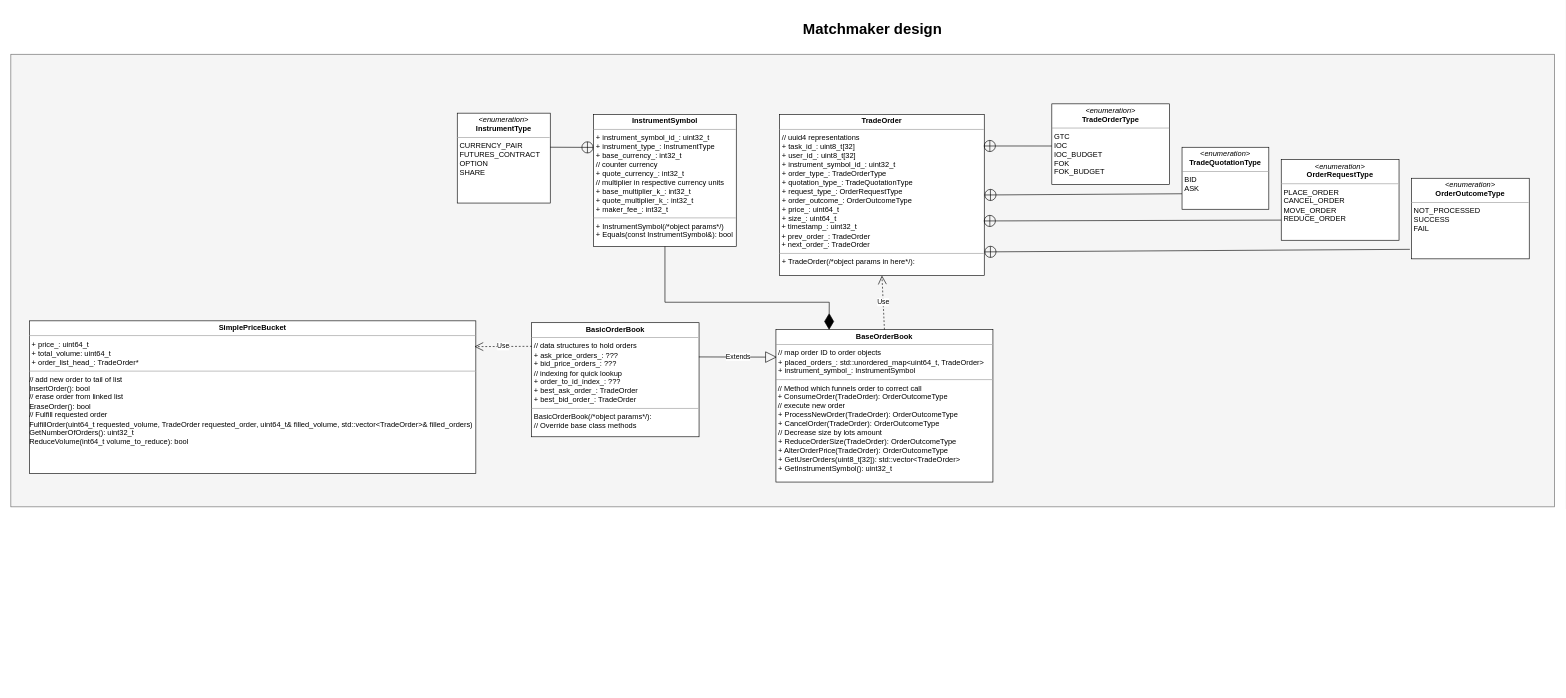
Above: architecture/matchmaker/matchmaker_design.drawio in kevm314/cpp-exchange (draw.io), before the change. Source tidied: cells renumbered, new cells numbered last; positions are measured from the earlier drawing's top-left corner, leaving out a move shared by most shapes. Both pictures are drawn from the tidied source at 62%, with x=0, y=0 at pixel (11, 17).
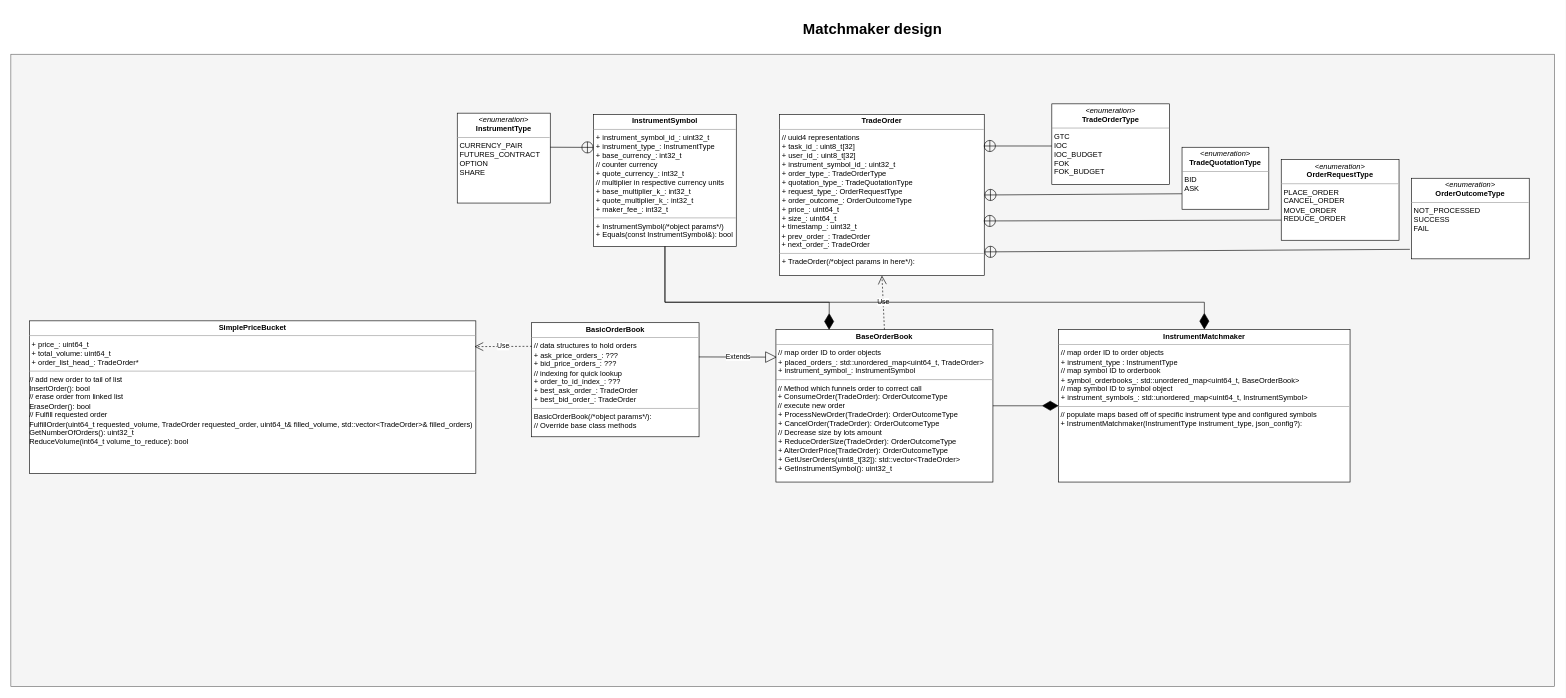
The same page after the edit.

Unchanged cells that the change refers to:
```xml
<mxCell id="12" value="&lt;p style=&quot;margin:0px;margin-top:4px;text-align:center;&quot;&gt;&lt;b&gt;BaseOrderBook&lt;/b&gt;&lt;/p&gt;&lt;hr size=&quot;1&quot;&gt;&lt;p style=&quot;border-color: var(--border-color); margin: 0px 0px 0px 4px;&quot;&gt;// map order ID to order objects&lt;/p&gt;&lt;p style=&quot;border-color: var(--border-color); margin: 0px 0px 0px 4px;&quot;&gt;&lt;span style=&quot;background-color: initial;&quot;&gt;+ placed_orders_: std::unordered_map&amp;lt;uint64_t, TradeOrder&amp;gt;&lt;/span&gt;&lt;br&gt;&lt;/p&gt;&lt;p style=&quot;border-color: var(--border-color); margin: 0px 0px 0px 4px;&quot;&gt;+ instrument_symbol_: InstrumentSymbol&lt;/p&gt;&lt;hr size=&quot;1&quot;&gt;&amp;nbsp;// Method which funnels order to correct call&lt;br&gt;&amp;nbsp;+ ConsumeOrder(TradeOrder): OrderOutcomeType&lt;br&gt;&amp;nbsp;// execute new order&lt;br&gt;&lt;p style=&quot;margin:0px;margin-left:4px;&quot;&gt;+ ProcessNewOrder(TradeOrder): OrderOutcomeType&lt;/p&gt;&lt;p style=&quot;margin:0px;margin-left:4px;&quot;&gt;+ CancelOrder(TradeOrder): OrderOutcomeType&lt;/p&gt;&lt;p style=&quot;margin:0px;margin-left:4px;&quot;&gt;// Decrease size by lots amount&lt;/p&gt;&lt;p style=&quot;margin:0px;margin-left:4px;&quot;&gt;+ ReduceOrderSize(TradeOrder): OrderOutcomeType&lt;/p&gt;&lt;p style=&quot;margin:0px;margin-left:4px;&quot;&gt;&lt;span style=&quot;background-color: initial;&quot;&gt;+ AlterOrderPrice(TradeOrder): OrderOutcomeType&lt;/span&gt;&lt;br&gt;&lt;/p&gt;&lt;p style=&quot;margin:0px;margin-left:4px;&quot;&gt;&lt;span style=&quot;background-color: initial;&quot;&gt;+ GetUserOrders(uint8_t[32]): std::vector&amp;lt;TradeOrder&amp;gt;&lt;/span&gt;&lt;/p&gt;&lt;p style=&quot;margin:0px;margin-left:4px;&quot;&gt;&lt;span style=&quot;background-color: initial;&quot;&gt;+ GetInstrumentSymbol(): uint32_t&lt;/span&gt;&lt;/p&gt;" style="verticalAlign=top;align=left;overflow=fill;fontSize=12;fontFamily=Helvetica;html=1;" parent="1" vertex="1">
  <mxGeometry x="1234" y="504" width="350" height="246" as="geometry" />
</mxCell>
<mxCell id="13" value="&lt;p style=&quot;margin:0px;margin-top:4px;text-align:center;&quot;&gt;&lt;b&gt;InstrumentSymbol&lt;/b&gt;&lt;/p&gt;&lt;hr size=&quot;1&quot;&gt;&lt;p style=&quot;margin:0px;margin-left:4px;&quot;&gt;+ instrument_symbol_id_: uint32_t&lt;/p&gt;&lt;p style=&quot;margin:0px;margin-left:4px;&quot;&gt;+ instrument_type_: InstrumentType&lt;/p&gt;&lt;p style=&quot;margin:0px;margin-left:4px;&quot;&gt;+ base_currency_: int32_t&lt;/p&gt;&lt;p style=&quot;margin:0px;margin-left:4px;&quot;&gt;// counter currency&lt;/p&gt;&lt;p style=&quot;margin:0px;margin-left:4px;&quot;&gt;+ quote_currency_: int32_t&lt;/p&gt;&lt;p style=&quot;margin:0px;margin-left:4px;&quot;&gt;// multiplier in respective currency units&lt;/p&gt;&lt;p style=&quot;margin:0px;margin-left:4px;&quot;&gt;+ base_multiplier_k_: int32_t&lt;/p&gt;&lt;p style=&quot;margin:0px;margin-left:4px;&quot;&gt;+ quote_multiplier_k_: int32_t&lt;/p&gt;&lt;p style=&quot;margin:0px;margin-left:4px;&quot;&gt;+ maker_fee_: int32_t&lt;/p&gt;&lt;hr size=&quot;1&quot;&gt;&lt;p style=&quot;margin:0px;margin-left:4px;&quot;&gt;+ InstrumentSymbol(/*object params*/)&lt;/p&gt;&lt;p style=&quot;margin:0px;margin-left:4px;&quot;&gt;+ Equals(const InstrumentSymbol&amp;amp;): bool&lt;/p&gt;" style="verticalAlign=top;align=left;overflow=fill;fontSize=12;fontFamily=Helvetica;html=1;" parent="1" vertex="1">
  <mxGeometry x="940" y="157" width="230" height="213" as="geometry" />
</mxCell>
```

Diff of the diagram source:
```diff
@@
     <mxCell id="2" style="rounded=0;whiteSpace=wrap;html=1;fillColor=#f5f5f5;fontColor=#333333;strokeColor=#666666;" parent="1" vertex="1">
-      <mxGeometry y="60" width="2490" height="730" as="geometry" />
+      <mxGeometry y="60" width="2490" height="1020" as="geometry" />
     </mxCell>
@@
+    <mxCell id="23" value="&lt;p style=&quot;margin:0px;margin-top:4px;text-align:center;&quot;&gt;&lt;b&gt;InstrumentMatchmaker&lt;/b&gt;&lt;/p&gt;&lt;hr size=&quot;1&quot;&gt;&lt;p style=&quot;border-color: var(--border-color); margin: 0px 0px 0px 4px;&quot;&gt;// map order ID to order objects&lt;/p&gt;&lt;p style=&quot;border-color: var(--border-color); margin: 0px 0px 0px 4px;&quot;&gt;+ instrument_type : InstrumentType&lt;/p&gt;&lt;p style=&quot;border-color: var(--border-color); margin: 0px 0px 0px 4px;&quot;&gt;// map symbol ID to orderbook&lt;/p&gt;&lt;p style=&quot;border-color: var(--border-color); margin: 0px 0px 0px 4px;&quot;&gt;&lt;span style=&quot;background-color: initial;&quot;&gt;+ symbol_orderbooks_: std::unordered_map&amp;lt;uint64_t, BaseOrderBook&amp;gt;&lt;/span&gt;&lt;br&gt;&lt;/p&gt;&lt;p style=&quot;border-color: var(--border-color); margin: 0px 0px 0px 4px;&quot;&gt;&lt;span style=&quot;background-color: initial;&quot;&gt;// map symbol ID to symbol object&lt;/span&gt;&lt;/p&gt;&lt;p style=&quot;border-color: var(--border-color); margin: 0px 0px 0px 4px;&quot;&gt;+ instrument_symbols_: std::unordered_map&amp;lt;uint64_t,&amp;nbsp;InstrumentSymbol&amp;gt;&lt;/p&gt;&lt;hr size=&quot;1&quot;&gt;&amp;nbsp;// populate maps based off of specific instrument type and configured symbols&lt;br&gt;&amp;nbsp;+ InstrumentMatchmaker(InstrumentType instrument_type, json_config?):&amp;nbsp;&lt;br&gt;&amp;nbsp;" style="verticalAlign=top;align=left;overflow=fill;fontSize=12;fontFamily=Helvetica;html=1;" parent="1" vertex="1">
+      <mxGeometry x="1690" y="504" width="470" height="246" as="geometry" />
+    </mxCell>
+    <mxCell id="24" style="endArrow=diamondThin;endFill=1;endSize=24;html=1;rounded=0;entryX=0;entryY=0.5;entryDx=0;entryDy=0;exitX=1;exitY=0.5;exitDx=0;exitDy=0;" parent="1" edge="1" source="12" target="23">
+      <mxGeometry relative="1" as="geometry" />
+    </mxCell>
+    <mxCell id="25" style="endArrow=diamondThin;endFill=1;endSize=24;html=1;rounded=0;entryX=0.5;entryY=0;entryDx=0;entryDy=0;exitX=0.5;exitY=1;exitDx=0;exitDy=0;" parent="1" edge="1" source="13" target="23">
+      <mxGeometry relative="1" as="geometry">
+        <Array as="points">
+          <mxPoint x="1055" y="460" />
+          <mxPoint x="1925" y="460" />
+        </Array>
+      </mxGeometry>
+    </mxCell>
```
